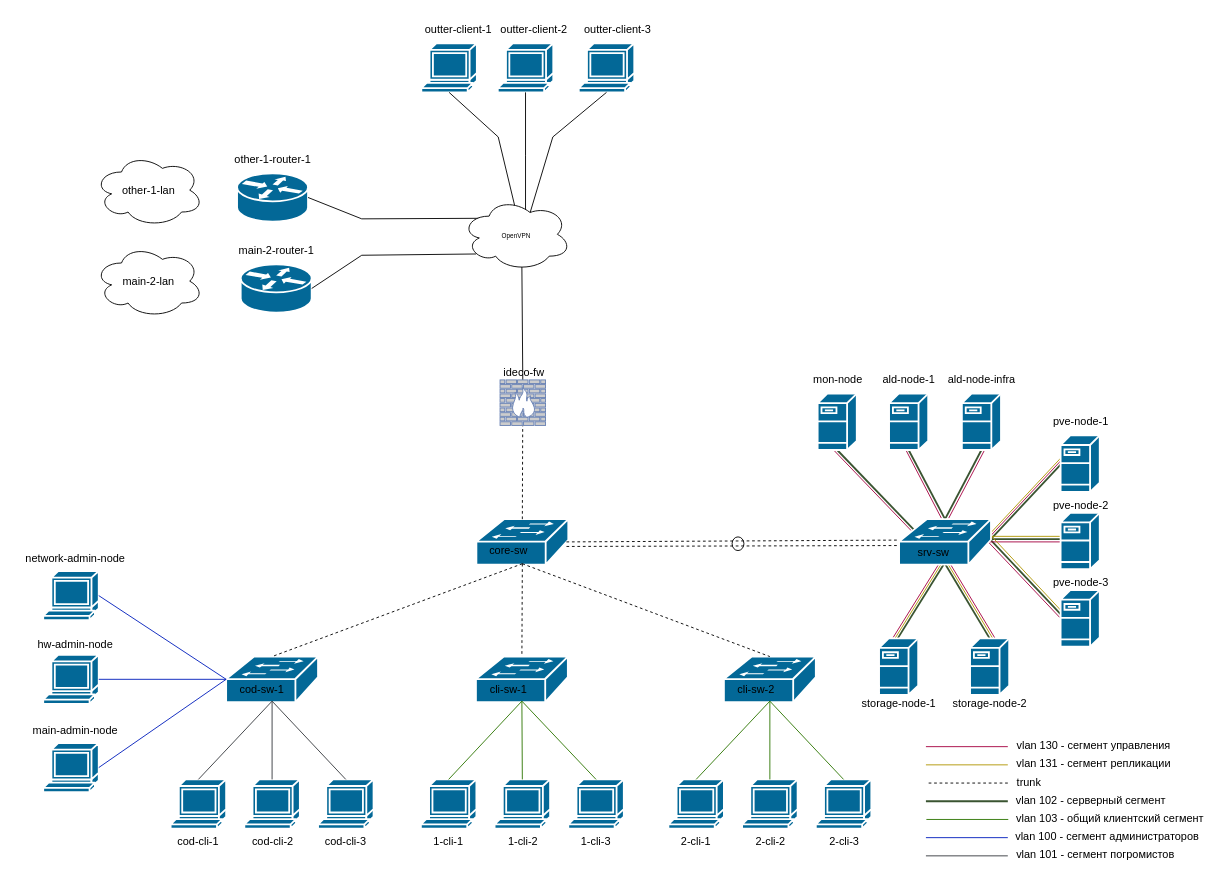
Earlier version of the draw.io diagram fixed-ideco.drawio (dhxgc/diplom). Source tidied: cells renumbered, new cells numbered last; positions are measured from the earlier drawing's top-left corner, leaving out a move shared by most shapes. Both pictures are drawn from the tidied source at 91%, with x=0, y=0 at pixel (15, 15).
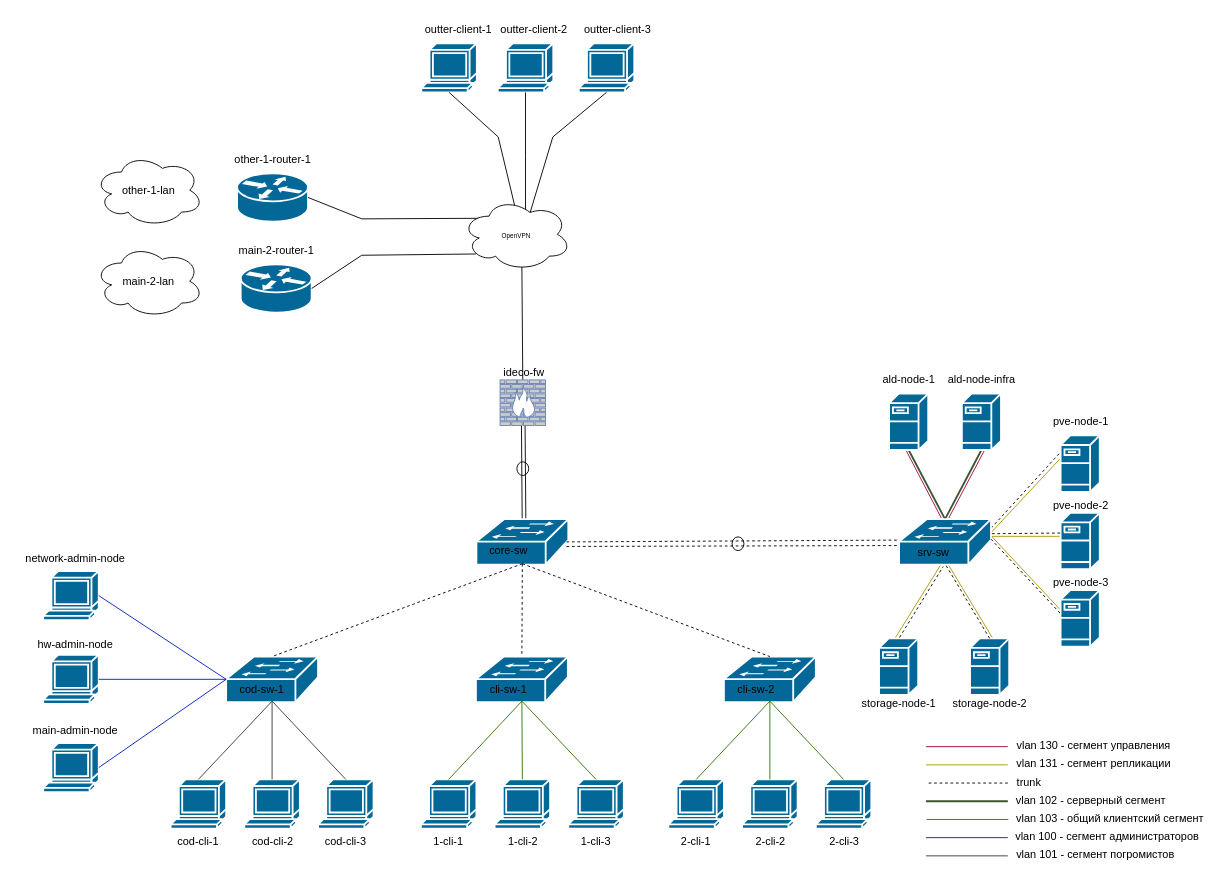
The same page after the edit.

Unchanged cells that the change refers to:
```xml
<mxCell id="16" style="shape=mxgraph.cisco.servers.fileserver;sketch=0;html=1;dashed=0;fillColor=#036897;strokeColor=#ffffff;strokeWidth=2;verticalLabelPosition=bottom;verticalAlign=top;align=center;outlineConnect=0;" parent="1" vertex="1">
  <mxGeometry x="1048.5" y="684" width="43" height="62" as="geometry" />
</mxCell>
<mxCell id="44" style="shape=mxgraph.cisco.switches.workgroup_switch;sketch=0;html=1;dashed=0;fillColor=#036897;strokeColor=#ffffff;strokeWidth=2;verticalLabelPosition=bottom;verticalAlign=top;align=center;outlineConnect=0;" parent="1" vertex="1">
  <mxGeometry x="506" y="553" width="101" height="50" as="geometry" />
</mxCell>
<mxCell id="118" style="shape=mxgraph.cisco.switches.workgroup_switch;sketch=0;html=1;dashed=0;fillColor=#036897;strokeColor=#ffffff;strokeWidth=2;verticalLabelPosition=bottom;verticalAlign=top;align=center;outlineConnect=0;" parent="1" vertex="1">
  <mxGeometry x="970.5" y="553" width="101" height="50" as="geometry" />
</mxCell>
<mxCell id="126" style="fontColor=#0066CC;verticalAlign=top;verticalLabelPosition=bottom;labelPosition=center;align=center;html=1;outlineConnect=0;fillColor=#CCCCCC;strokeColor=#6881B3;gradientColor=none;gradientDirection=north;strokeWidth=2;shape=mxgraph.networks.firewall;" parent="1" vertex="1">
  <mxGeometry x="532" y="400" width="50" height="50" as="geometry" />
</mxCell>
```

Diff of the diagram source:
```diff
@@
-    <mxCell id="2" style="endArrow=none;html=1;rounded=0;entryX=0.5;entryY=1;entryDx=0;entryDy=0;entryPerimeter=0;exitX=0.16;exitY=0.23;exitDx=0;exitDy=0;exitPerimeter=0;fillColor=#d80073;strokeColor=#A50040;" parent="1" edge="1">
-      <mxGeometry relative="1" as="geometry">
-        <mxPoint x="983.7" y="565.5" as="sourcePoint" />
-        <mxPoint x="899.5" y="478" as="targetPoint" />
-      </mxGeometry>
-    </mxCell>
-    <mxCell id="3" style="endArrow=none;html=1;rounded=0;exitX=0.5;exitY=1;exitDx=0;exitDy=0;exitPerimeter=0;fillColor=#6d8764;strokeColor=#3A5431;strokeWidth=2;entryX=0.16;entryY=0.23;entryDx=0;entryDy=0;entryPerimeter=0;" parent="1" edge="1" source="125" target="118">
-      <mxGeometry relative="1" as="geometry" />
-    </mxCell>
+    <mxCell id="128" style="ellipse;whiteSpace=wrap;html=1;" parent="1" vertex="1">
+      <mxGeometry x="550.5" y="490" width="13" height="15" as="geometry" />
+    </mxCell>
+    <mxCell id="129" style="endArrow=none;html=1;rounded=0;entryX=0.55;entryY=0.95;entryDx=0;entryDy=0;entryPerimeter=0;exitX=0.5;exitY=0;exitDx=0;exitDy=0;exitPerimeter=0;" parent="1" edge="1">
+      <mxGeometry relative="1" as="geometry">
+        <mxPoint x="556.5" y="572.5" as="sourcePoint" />
+        <mxPoint x="555.5" y="448.5" as="targetPoint" />
+      </mxGeometry>
+    </mxCell>
+    <mxCell id="130" style="endArrow=none;html=1;rounded=0;entryX=0.55;entryY=0.95;entryDx=0;entryDy=0;entryPerimeter=0;exitX=0.5;exitY=0;exitDx=0;exitDy=0;exitPerimeter=0;" parent="1" edge="1">
+      <mxGeometry relative="1" as="geometry">
+        <mxPoint x="560.5" y="572.5" as="sourcePoint" />
+        <mxPoint x="559.5" y="448.5" as="targetPoint" />
+      </mxGeometry>
+    </mxCell>
+    <mxCell id="131" style="endArrow=none;dashed=1;html=1;rounded=0;entryX=0;entryY=0.5;entryDx=0;entryDy=0;entryPerimeter=0;exitX=0.98;exitY=0.5;exitDx=0;exitDy=0;exitPerimeter=0;" parent="1" edge="1">
+      <mxGeometry relative="1" as="geometry">
+        <mxPoint x="1071.5" y="563" as="sourcePoint" />
+        <mxPoint x="1150" y="477" as="targetPoint" />
+      </mxGeometry>
+    </mxCell>
@@
-    <mxCell id="6" style="endArrow=none;html=1;rounded=0;entryX=0.5;entryY=0.98;entryDx=0;entryDy=0;entryPerimeter=0;exitX=0.5;exitY=0;exitDx=0;exitDy=0;exitPerimeter=0;fillColor=#d80073;strokeColor=#A50040;" parent="1" edge="1">
-      <mxGeometry relative="1" as="geometry">
-        <mxPoint x="964" y="683" as="sourcePoint" />
-        <mxPoint x="1015" y="601" as="targetPoint" />
-      </mxGeometry>
-    </mxCell>
@@
-    <mxCell id="8" style="endArrow=none;html=1;rounded=0;entryX=0.5;entryY=0.98;entryDx=0;entryDy=0;entryPerimeter=0;exitX=0.5;exitY=0;exitDx=0;exitDy=0;exitPerimeter=0;fillColor=#d80073;strokeColor=#A50040;" parent="1" edge="1">
-      <mxGeometry relative="1" as="geometry">
-        <mxPoint x="1076" y="684" as="sourcePoint" />
-        <mxPoint x="1026" y="601" as="targetPoint" />
-      </mxGeometry>
-    </mxCell>
-    <mxCell id="9" style="endArrow=none;html=1;rounded=0;entryX=0.5;entryY=0.98;entryDx=0;entryDy=0;entryPerimeter=0;exitX=0.5;exitY=0;exitDx=0;exitDy=0;exitPerimeter=0;fillColor=#6d8764;strokeColor=#3A5431;strokeWidth=2;" parent="1" edge="1" source="16" target="118">
-      <mxGeometry relative="1" as="geometry" />
-    </mxCell>
-    <mxCell id="10" style="endArrow=none;html=1;rounded=0;entryX=0.5;entryY=0;entryDx=0;entryDy=0;entryPerimeter=0;fillColor=#6d8764;strokeColor=#3A5431;strokeWidth=2;exitX=0.5;exitY=0.98;exitDx=0;exitDy=0;exitPerimeter=0;" parent="1" edge="1">
-      <mxGeometry relative="1" as="geometry">
-        <mxPoint x="1020" y="602" as="sourcePoint" />
-        <mxPoint x="969" y="684" as="targetPoint" />
-      </mxGeometry>
-    </mxCell>
@@
-    <mxCell id="59" style="endArrow=none;html=1;rounded=0;entryX=0.98;entryY=0.5;entryDx=0;entryDy=0;entryPerimeter=0;exitX=0;exitY=0.5;exitDx=0;exitDy=0;exitPerimeter=0;fillColor=#6d8764;strokeColor=#3A5431;strokeWidth=2;" parent="1" edge="1">
-      <mxGeometry relative="1" as="geometry">
-        <mxPoint x="1148.5" y="658" as="sourcePoint" />
-        <mxPoint x="1068.5" y="573" as="targetPoint" />
-      </mxGeometry>
-    </mxCell>
-    <mxCell id="60" style="endArrow=none;html=1;rounded=0;entryX=0.98;entryY=0.5;entryDx=0;entryDy=0;entryPerimeter=0;exitX=0;exitY=0.5;exitDx=0;exitDy=0;exitPerimeter=0;fillColor=#6d8764;strokeColor=#3A5431;strokeWidth=2;" parent="1" edge="1">
-      <mxGeometry relative="1" as="geometry">
-        <mxPoint x="1148" y="493" as="sourcePoint" />
-        <mxPoint x="1068.5" y="578" as="targetPoint" />
-      </mxGeometry>
-    </mxCell>
-    <mxCell id="61" style="endArrow=none;html=1;rounded=0;entryX=0.98;entryY=0.5;entryDx=0;entryDy=0;entryPerimeter=0;exitX=0;exitY=0.5;exitDx=0;exitDy=0;exitPerimeter=0;fillColor=#6d8764;strokeColor=#3A5431;strokeWidth=2;" parent="1" edge="1">
-      <mxGeometry relative="1" as="geometry">
-        <mxPoint x="1148" y="575" as="sourcePoint" />
-        <mxPoint x="1068.5" y="575" as="targetPoint" />
-      </mxGeometry>
-    </mxCell>
@@
-    <mxCell id="64" style="endArrow=none;html=1;rounded=0;entryX=0;entryY=0.5;entryDx=0;entryDy=0;entryPerimeter=0;exitX=0.98;exitY=0.5;exitDx=0;exitDy=0;exitPerimeter=0;fillColor=#d80073;strokeColor=#A50040;" parent="1" edge="1">
-      <mxGeometry relative="1" as="geometry">
-        <mxPoint x="1069.5" y="573" as="sourcePoint" />
-        <mxPoint x="1149" y="488" as="targetPoint" />
-      </mxGeometry>
-    </mxCell>
-    <mxCell id="65" style="endArrow=none;html=1;rounded=0;entryX=0;entryY=0.5;entryDx=0;entryDy=0;entryPerimeter=0;exitX=0.98;exitY=0.5;exitDx=0;exitDy=0;exitPerimeter=0;fillColor=#d80073;strokeColor=#A50040;" parent="1" edge="1">
-      <mxGeometry relative="1" as="geometry">
-        <mxPoint x="1068.5" y="578" as="sourcePoint" />
-        <mxPoint x="1148" y="578" as="targetPoint" />
-      </mxGeometry>
-    </mxCell>
-    <mxCell id="66" style="endArrow=none;html=1;rounded=0;entryX=0;entryY=0.5;entryDx=0;entryDy=0;entryPerimeter=0;exitX=0.98;exitY=0.5;exitDx=0;exitDy=0;exitPerimeter=0;fillColor=#d80073;strokeColor=#A50040;targetPerimeterSpacing=0;endSize=0;startSize=0;" parent="1" edge="1">
-      <mxGeometry relative="1" as="geometry">
-        <mxPoint x="1067.5" y="577" as="sourcePoint" />
-        <mxPoint x="1147" y="661" as="targetPoint" />
-      </mxGeometry>
-    </mxCell>
@@
-    <mxCell id="85" style="endArrow=none;dashed=1;html=1;rounded=0;exitX=0.5;exitY=0;exitDx=0;exitDy=0;exitPerimeter=0;" parent="1" edge="1" source="44" target="126">
-      <mxGeometry relative="1" as="geometry" />
-    </mxCell>
@@
-    <mxCell id="124" value="mon-node" style="text;html=1;align=center;verticalAlign=middle;strokeColor=none;fillColor=none;" parent="1" vertex="1">
-      <mxGeometry x="862.5" y="385" width="80" height="30" as="geometry" />
-    </mxCell>
-    <mxCell id="125" style="shape=mxgraph.cisco.servers.fileserver;sketch=0;html=1;dashed=0;fillColor=#036897;strokeColor=#ffffff;strokeWidth=2;verticalLabelPosition=bottom;verticalAlign=top;align=center;outlineConnect=0;" parent="1" vertex="1">
-      <mxGeometry x="881" y="415" width="43" height="62" as="geometry" />
-    </mxCell>
@@
+    <mxCell id="132" style="endArrow=none;dashed=1;html=1;rounded=0;entryX=0.5;entryY=0.98;entryDx=0;entryDy=0;entryPerimeter=0;" parent="1" edge="1">
+      <mxGeometry relative="1" as="geometry">
+        <mxPoint x="971" y="683" as="sourcePoint" />
+        <mxPoint x="1019" y="605" as="targetPoint" />
+      </mxGeometry>
+    </mxCell>
+    <mxCell id="9" style="endArrow=none;dashed=1;html=1;rounded=0;entryX=0.5;entryY=0.98;entryDx=0;entryDy=0;entryPerimeter=0;exitX=0.5;exitY=0;exitDx=0;exitDy=0;exitPerimeter=0;" parent="1" edge="1" source="16" target="118">
+      <mxGeometry relative="1" as="geometry" />
+    </mxCell>
+    <mxCell id="133" style="endArrow=none;dashed=1;html=1;rounded=0;entryX=0;entryY=0.5;entryDx=0;entryDy=0;entryPerimeter=0;exitX=0.98;exitY=0.5;exitDx=0;exitDy=0;exitPerimeter=0;" parent="1" edge="1">
+      <mxGeometry relative="1" as="geometry">
+        <mxPoint x="1071.5" y="575" as="sourcePoint" />
+        <mxPoint x="1150" y="659" as="targetPoint" />
+      </mxGeometry>
+    </mxCell>
+    <mxCell id="134" style="endArrow=none;dashed=1;html=1;rounded=0;exitX=0.98;exitY=0.5;exitDx=0;exitDy=0;exitPerimeter=0;" parent="1" edge="1">
+      <mxGeometry relative="1" as="geometry">
+        <mxPoint x="1072.5" y="569" as="sourcePoint" />
+        <mxPoint x="1151" y="568.2" as="targetPoint" />
+      </mxGeometry>
+    </mxCell>
```
